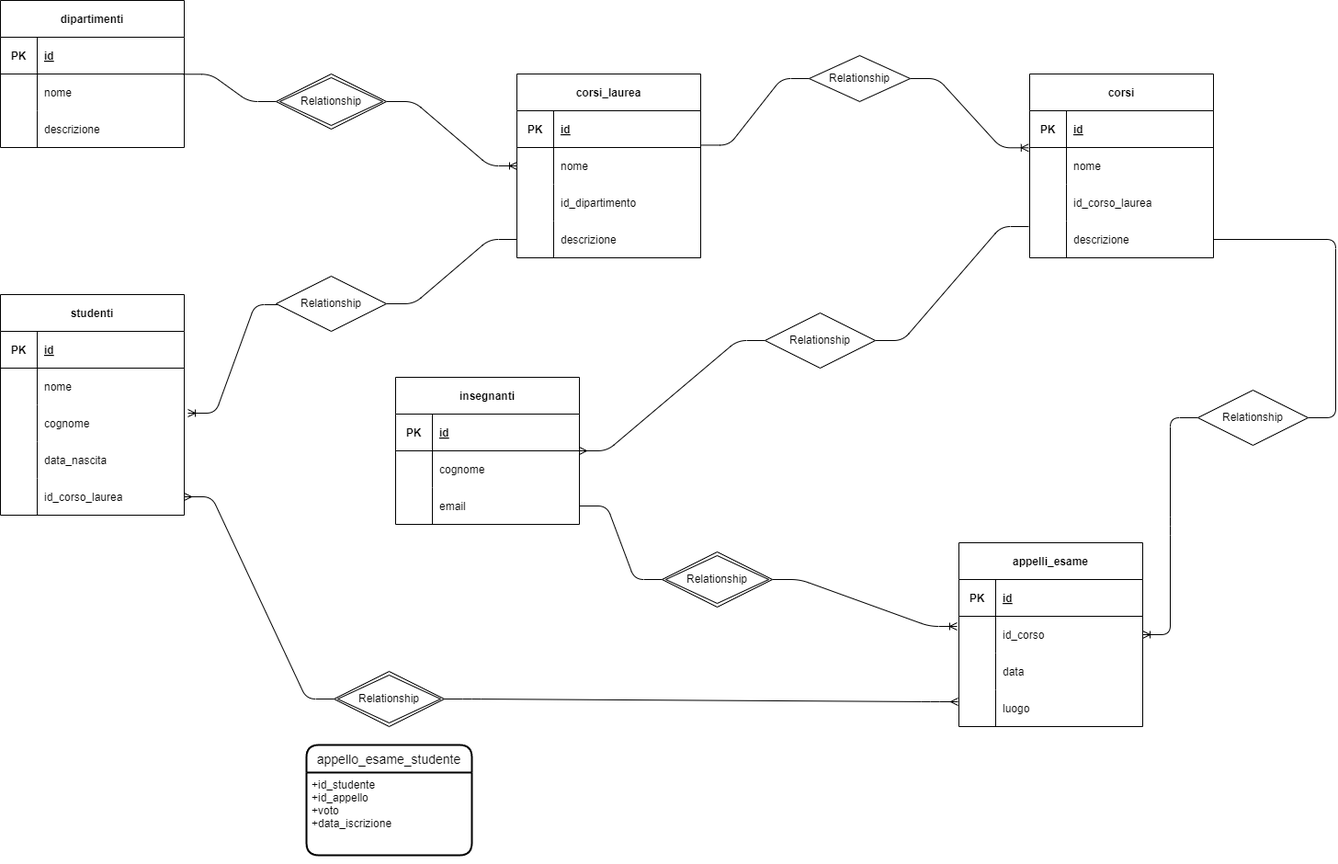
Earlier version of the draw.io export schema.png (Vincenzo-Polverino/db-university). Source tidied: cells renumbered, new cells last; positions are measured from the earlier drawing's top-left corner, leaving out a move shared by most shapes.
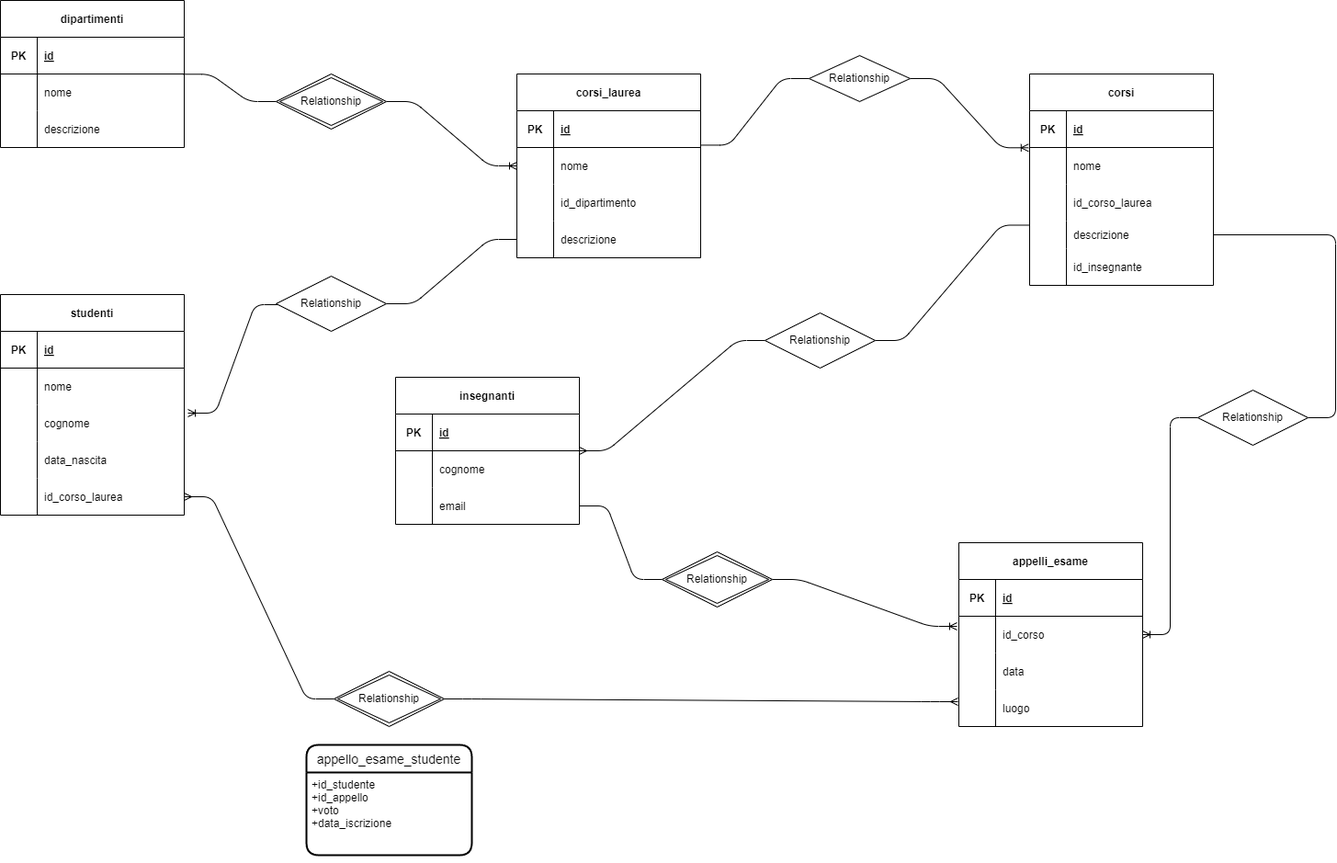
After the change.

The edit, as a diff of the source:
```diff
@@ -111,7 +111,7 @@
       <mxGeometry x="40" width="160" height="40" as="geometry" />
     </mxCell>
     <mxCell id="38" value="corsi" style="shape=table;startSize=40;rowLines=0;fontStyle=1;align=center;" parent="1" vertex="1">
-      <mxGeometry x="1120" y="80" width="200" height="200" as="geometry" />
+      <mxGeometry x="1120" y="80" width="200" height="230" as="geometry" />
     </mxCell>
     <mxCell id="39" style="shape=tableRow;horizontal=0;startSize=0;swimlaneHead=0;swimlaneBody=0;fillColor=none;top=0;left=0;right=0;bottom=1;" parent="38" vertex="1">
       <mxGeometry y="40" width="200" height="40" as="geometry" />
@@ -141,14 +141,23 @@
       <mxGeometry x="40" width="160" height="40" as="geometry" />
     </mxCell>
     <mxCell id="48" style="shape=tableRow;horizontal=0;startSize=0;swimlaneHead=0;swimlaneBody=0;fillColor=none;points=[[0,0.5],[1,0.5]];portConstraint=eastwest;top=0;left=0;right=0;bottom=0;" parent="38" vertex="1">
-      <mxGeometry y="160" width="200" height="40" as="geometry" />
+      <mxGeometry y="160" width="200" height="30" as="geometry" />
     </mxCell>
     <mxCell id="49" style="shape=partialRectangle;fillColor=none;top=0;left=0;bottom=0;right=0;overflow=hidden;" parent="48" vertex="1">
-      <mxGeometry width="40" height="40" as="geometry" />
+      <mxGeometry width="40" height="30" as="geometry" />
     </mxCell>
     <mxCell id="50" value="descrizione" style="shape=partialRectangle;fillColor=none;top=0;left=0;bottom=0;right=0;align=left;spacingLeft=6;overflow=hidden;" parent="48" vertex="1">
-      <mxGeometry x="40" width="160" height="40" as="geometry" />
+      <mxGeometry x="40" width="160" height="30" as="geometry" />
     </mxCell>
+    <mxCell id="101" style="shape=tableRow;horizontal=0;startSize=0;swimlaneHead=0;swimlaneBody=0;fillColor=none;top=0;left=0;right=0;bottom=0;" parent="38" vertex="1">
+      <mxGeometry y="190" width="200" height="40" as="geometry" />
+    </mxCell>
+    <mxCell id="102" style="shape=partialRectangle;fillColor=none;top=0;left=0;bottom=0;right=0;overflow=hidden;" parent="101" vertex="1">
+      <mxGeometry width="40" height="40" as="geometry" />
+    </mxCell>
+    <mxCell id="103" value="id_insegnante" style="shape=partialRectangle;fillColor=none;top=0;left=0;bottom=0;right=0;align=left;spacingLeft=6;overflow=hidden;" parent="101" vertex="1">
+      <mxGeometry x="40" width="160" height="40" as="geometry" />
+    </mxCell>
     <mxCell id="51" value="corsi_laurea" style="shape=table;startSize=40;rowLines=0;fontStyle=1;align=center;" parent="1" vertex="1">
       <mxGeometry x="562" y="80" width="200" height="200" as="geometry" />
     </mxCell>
```
